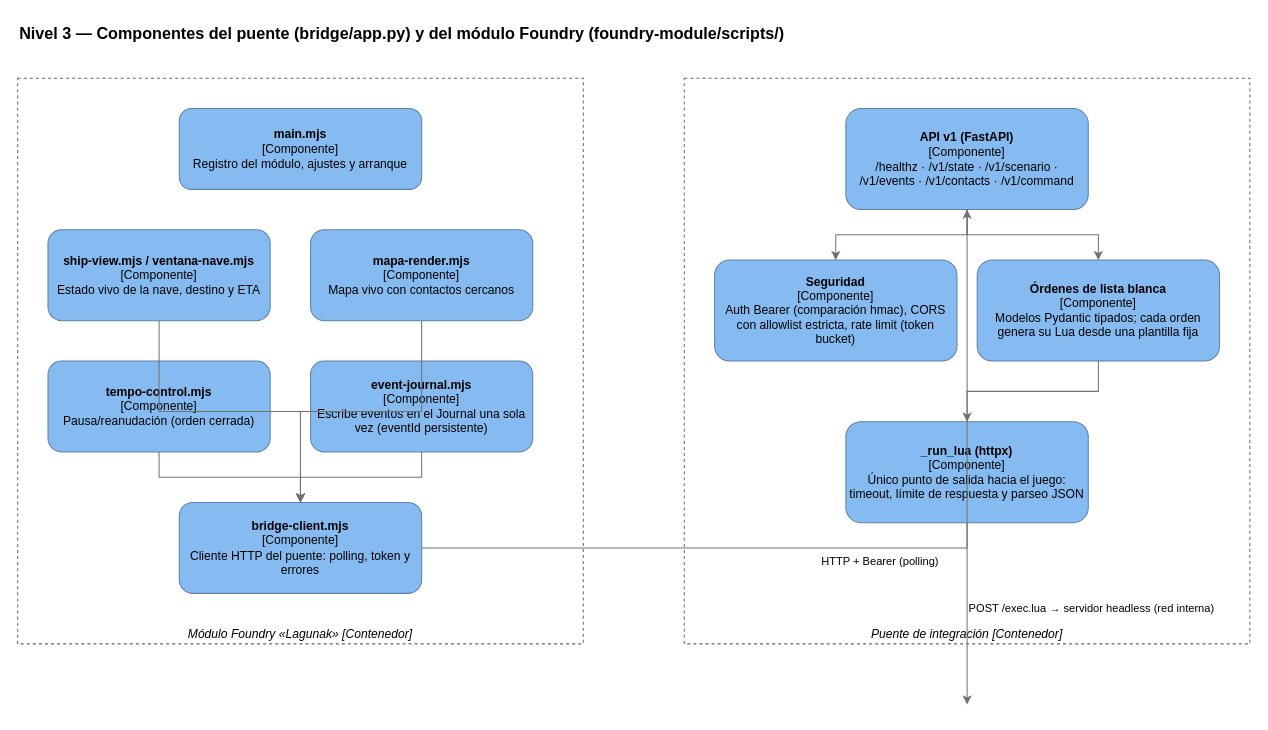
The draw.io diagram page "C4-3 Componentes" (3 of 4) of docs/assets/diagramas/arquitectura.drawio in EspacioKoop/espaciokooplagunak, before the edit. Source tidied: cells renumbered, new cells numbered last; positions are measured from the earlier drawing's top-left corner, leaving out a move shared by most shapes. Both pictures are drawn from the tidied source at 101%, with x=0, y=0 at pixel (17, 17).
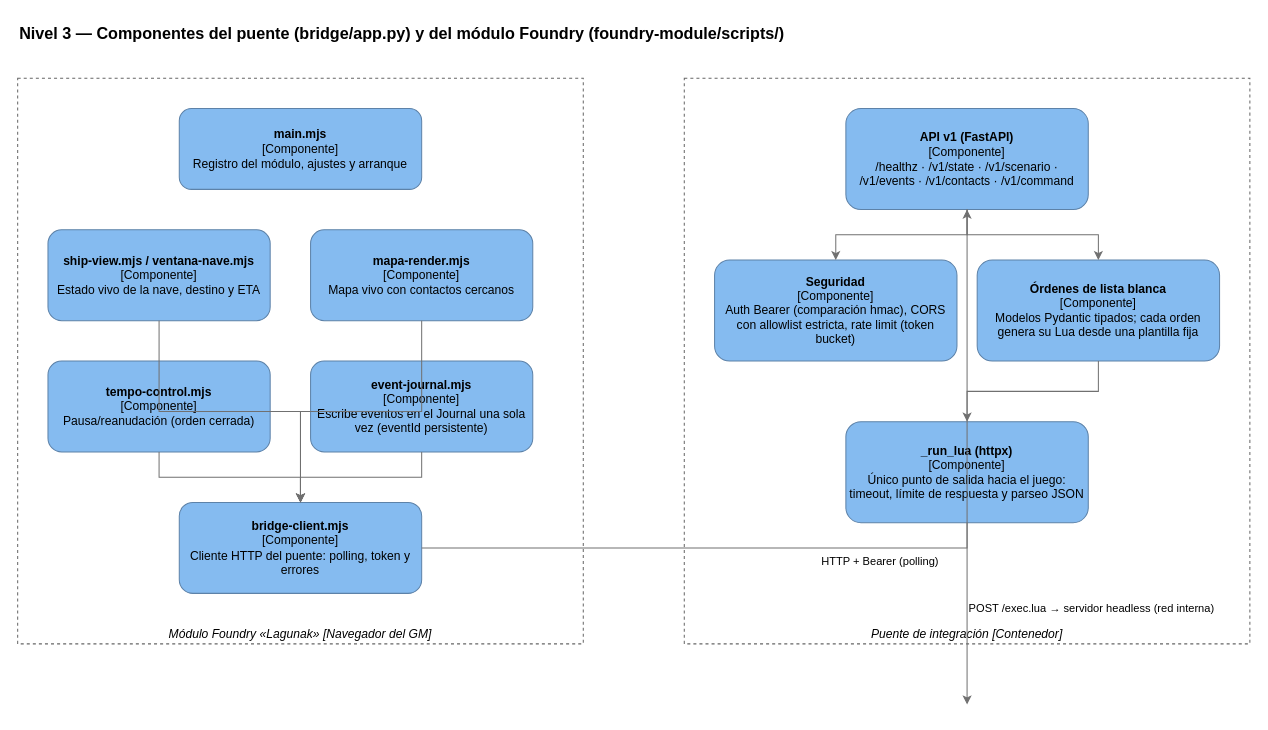
After the change.

Commit message (it also covers changes not shown here):
docs: show browser boundary for Foundry bridge

What changed in the source:
```diff
@@
-    <mxCell id="3" value="Módulo Foundry «Lagunak» [Contenedor]" style="rounded=0;whiteSpace=wrap;html=1;fillColor=none;strokeColor=#666666;dashed=1;verticalAlign=bottom;fontStyle=2;" parent="1" vertex="1">
+    <mxCell id="3" value="Módulo Foundry «Lagunak» [Navegador del GM]" style="rounded=0;whiteSpace=wrap;html=1;fillColor=none;strokeColor=#666666;dashed=1;verticalAlign=bottom;fontStyle=2;" parent="1" vertex="1">
       <mxGeometry y="60" width="560" height="560" as="geometry" />
     </mxCell>
```
